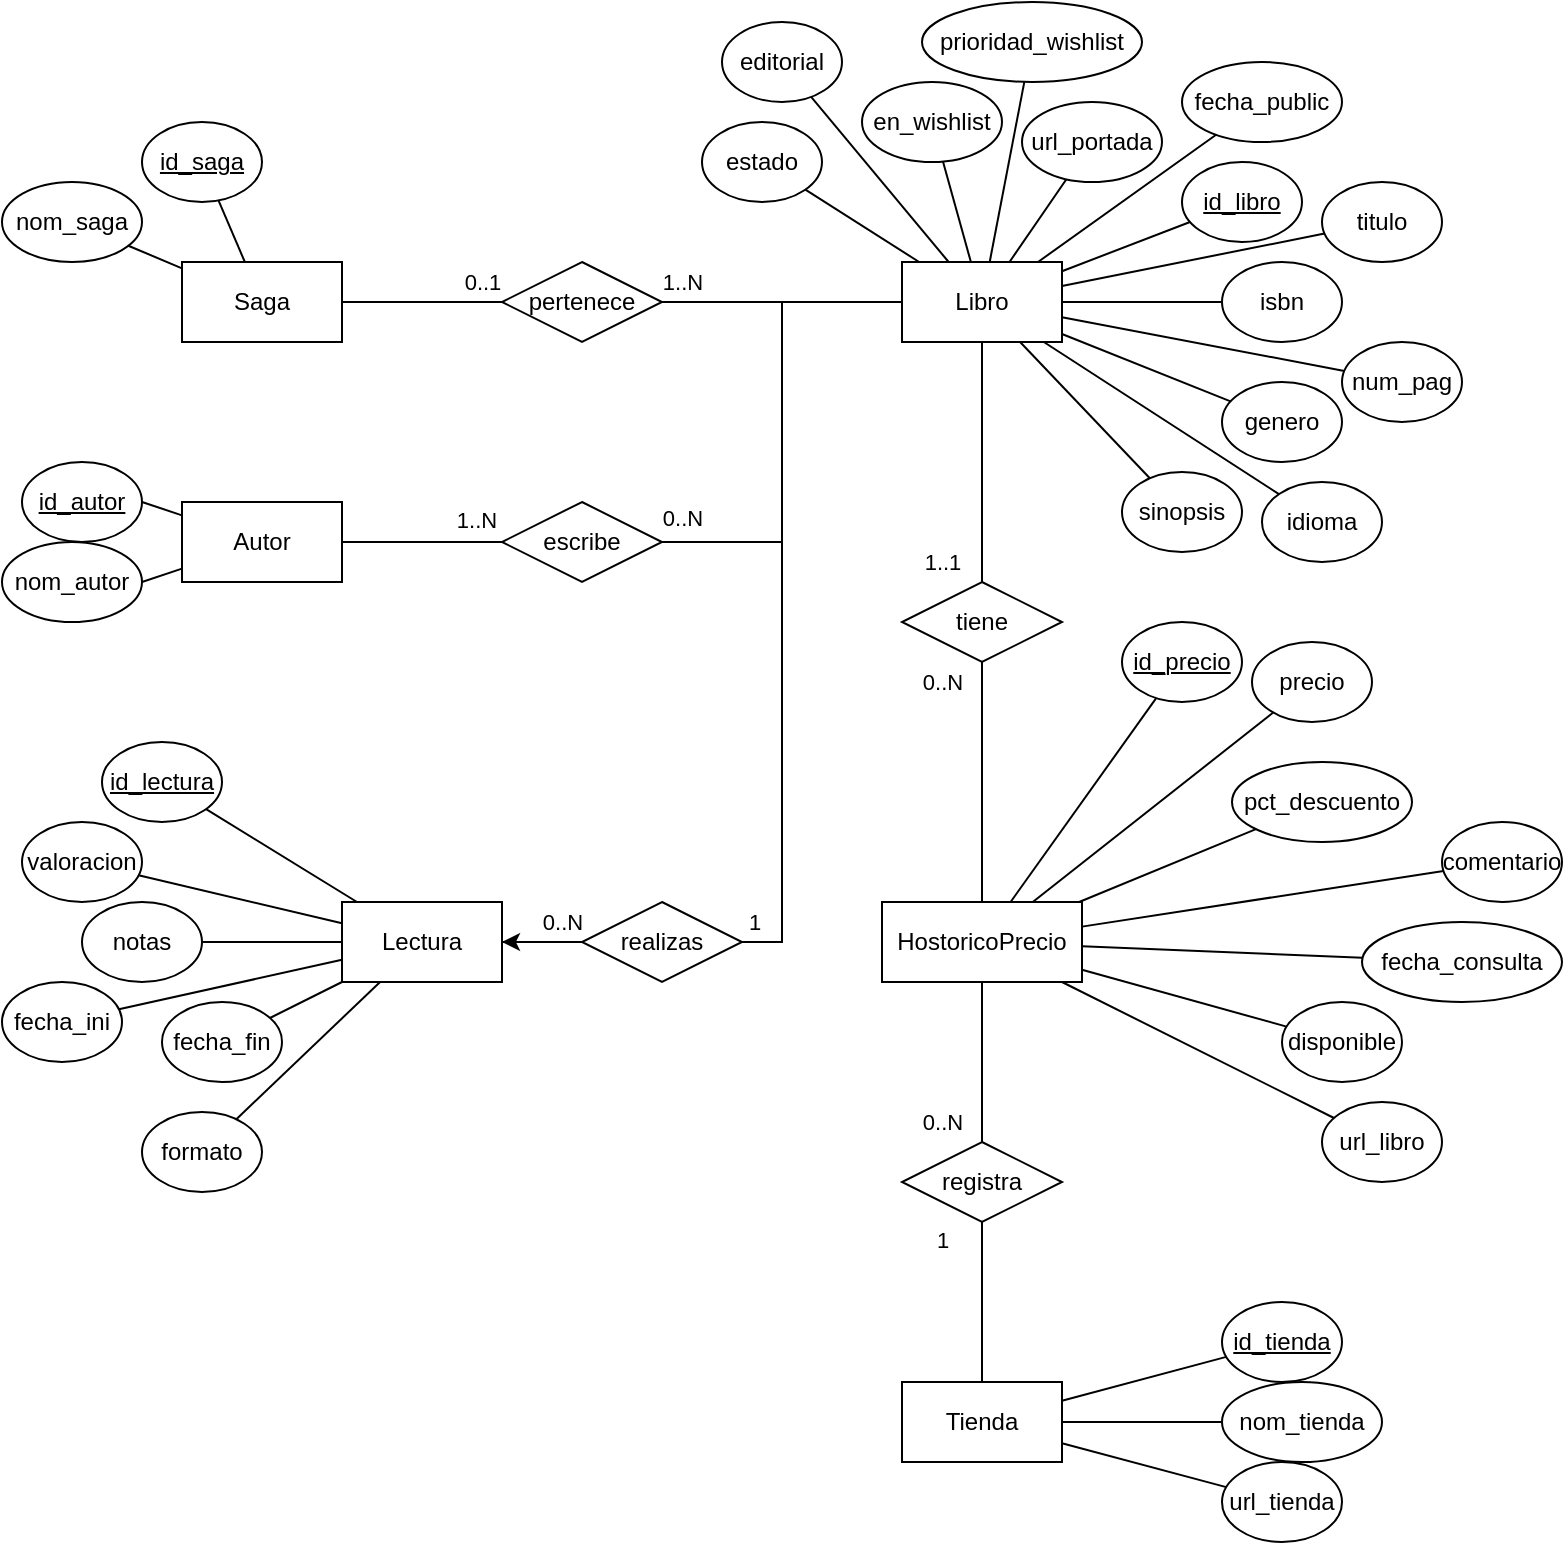
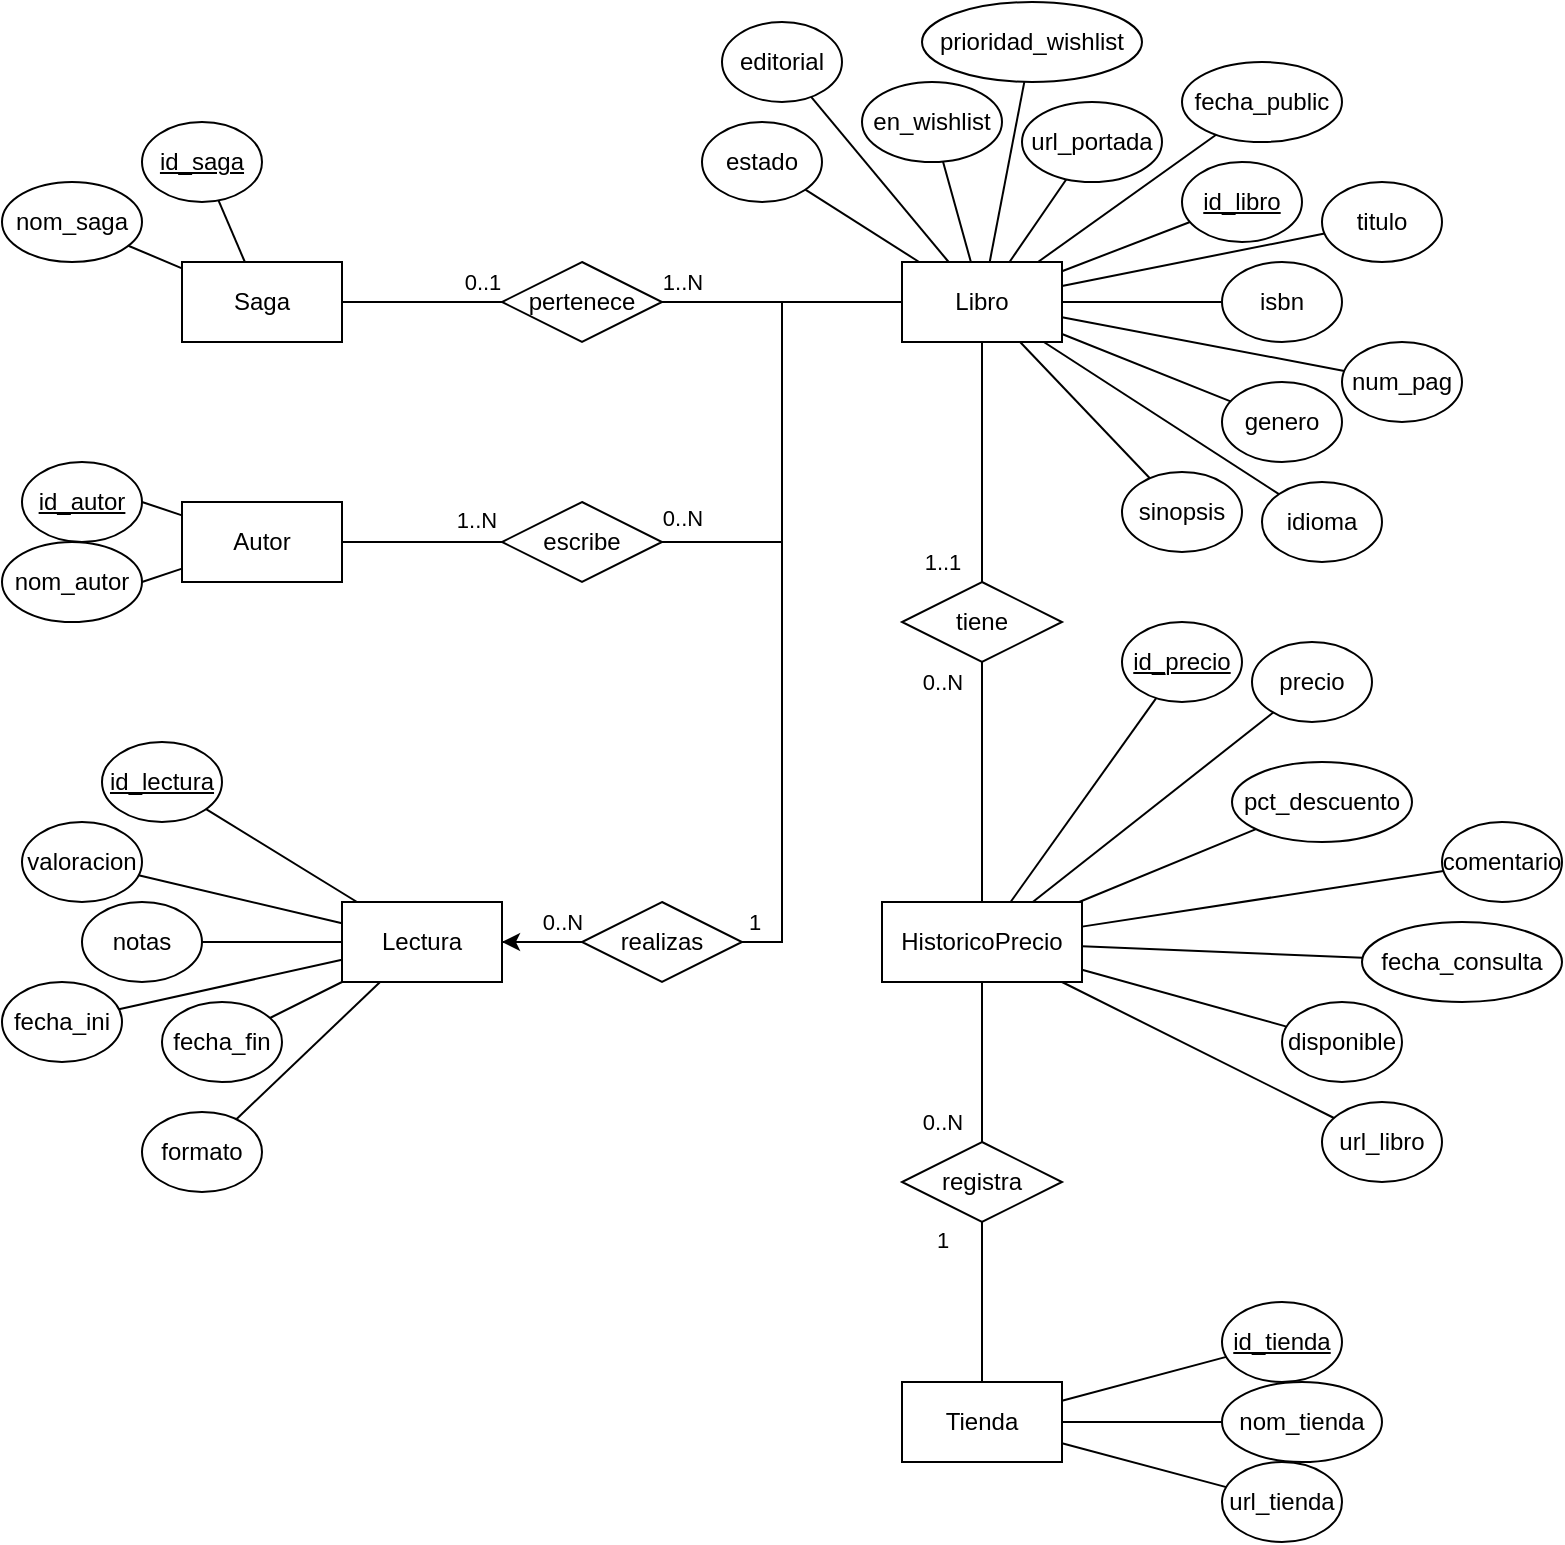
<mxfile host="app.diagrams.net">
  <diagram name="Page-1" id="43clveSkA00BWzA2pZKT">
    <mxGraphModel dx="813" dy="1617" grid="1" gridSize="10" guides="1" tooltips="1" connect="1" arrows="1" fold="1" page="1" pageScale="1" pageWidth="827" pageHeight="1169" math="0" shadow="0">
      <root>
        <mxCell id="0" />
        <mxCell id="1" parent="0" />
        <mxCell id="LIHbsuWyisdT2iaSAF74-56" edge="1" parent="1" source="LIHbsuWyisdT2iaSAF74-1" style="rounded=0;orthogonalLoop=1;jettySize=auto;html=1;endArrow=none;endFill=0;" target="LIHbsuWyisdT2iaSAF74-40">
          <mxGeometry relative="1" as="geometry" />
        </mxCell>
        <mxCell id="LIHbsuWyisdT2iaSAF74-57" edge="1" parent="1" source="LIHbsuWyisdT2iaSAF74-1" style="rounded=0;orthogonalLoop=1;jettySize=auto;html=1;endArrow=none;endFill=0;" target="LIHbsuWyisdT2iaSAF74-21">
          <mxGeometry relative="1" as="geometry" />
        </mxCell>
        <mxCell id="LIHbsuWyisdT2iaSAF74-58" edge="1" parent="1" source="LIHbsuWyisdT2iaSAF74-1" style="rounded=0;orthogonalLoop=1;jettySize=auto;html=1;endArrow=none;endFill=0;" target="LIHbsuWyisdT2iaSAF74-10">
          <mxGeometry relative="1" as="geometry" />
        </mxCell>
        <mxCell id="LIHbsuWyisdT2iaSAF74-59" edge="1" parent="1" source="LIHbsuWyisdT2iaSAF74-1" style="rounded=0;orthogonalLoop=1;jettySize=auto;html=1;endArrow=none;endFill=0;" target="LIHbsuWyisdT2iaSAF74-36">
          <mxGeometry relative="1" as="geometry" />
        </mxCell>
        <mxCell id="LIHbsuWyisdT2iaSAF74-60" edge="1" parent="1" source="LIHbsuWyisdT2iaSAF74-1" style="rounded=0;orthogonalLoop=1;jettySize=auto;html=1;endArrow=none;endFill=0;" target="LIHbsuWyisdT2iaSAF74-3">
          <mxGeometry relative="1" as="geometry" />
        </mxCell>
        <mxCell id="LIHbsuWyisdT2iaSAF74-61" edge="1" parent="1" source="LIHbsuWyisdT2iaSAF74-1" style="rounded=0;orthogonalLoop=1;jettySize=auto;html=1;endArrow=none;endFill=0;" target="LIHbsuWyisdT2iaSAF74-23">
          <mxGeometry relative="1" as="geometry" />
        </mxCell>
        <mxCell id="LIHbsuWyisdT2iaSAF74-62" edge="1" parent="1" source="LIHbsuWyisdT2iaSAF74-1" style="rounded=0;orthogonalLoop=1;jettySize=auto;html=1;endArrow=none;endFill=0;" target="LIHbsuWyisdT2iaSAF74-17">
          <mxGeometry relative="1" as="geometry" />
        </mxCell>
        <mxCell id="LIHbsuWyisdT2iaSAF74-63" edge="1" parent="1" source="LIHbsuWyisdT2iaSAF74-1" style="rounded=0;orthogonalLoop=1;jettySize=auto;html=1;endArrow=none;endFill=0;" target="LIHbsuWyisdT2iaSAF74-38">
          <mxGeometry relative="1" as="geometry" />
        </mxCell>
        <mxCell id="LIHbsuWyisdT2iaSAF74-64" edge="1" parent="1" source="LIHbsuWyisdT2iaSAF74-1" style="rounded=0;orthogonalLoop=1;jettySize=auto;html=1;endArrow=none;endFill=0;" target="LIHbsuWyisdT2iaSAF74-39">
          <mxGeometry relative="1" as="geometry" />
        </mxCell>
        <mxCell id="LIHbsuWyisdT2iaSAF74-65" edge="1" parent="1" source="LIHbsuWyisdT2iaSAF74-1" style="rounded=0;orthogonalLoop=1;jettySize=auto;html=1;endArrow=none;endFill=0;" target="LIHbsuWyisdT2iaSAF74-48">
          <mxGeometry relative="1" as="geometry" />
        </mxCell>
        <mxCell id="LIHbsuWyisdT2iaSAF74-66" edge="1" parent="1" source="LIHbsuWyisdT2iaSAF74-1" style="rounded=0;orthogonalLoop=1;jettySize=auto;html=1;endArrow=none;endFill=0;" target="LIHbsuWyisdT2iaSAF74-47">
          <mxGeometry relative="1" as="geometry" />
        </mxCell>
        <mxCell id="LIHbsuWyisdT2iaSAF74-67" edge="1" parent="1" source="LIHbsuWyisdT2iaSAF74-1" style="rounded=0;orthogonalLoop=1;jettySize=auto;html=1;endArrow=none;endFill=0;" target="LIHbsuWyisdT2iaSAF74-37">
          <mxGeometry relative="1" as="geometry" />
        </mxCell>
        <mxCell id="LIHbsuWyisdT2iaSAF74-68" edge="1" parent="1" source="LIHbsuWyisdT2iaSAF74-1" style="rounded=0;orthogonalLoop=1;jettySize=auto;html=1;endArrow=none;endFill=0;" target="LIHbsuWyisdT2iaSAF74-41">
          <mxGeometry relative="1" as="geometry" />
        </mxCell>
        <mxCell id="LIHbsuWyisdT2iaSAF74-1" parent="1" style="rounded=0;whiteSpace=wrap;html=1;" value="Libro" vertex="1">
          <mxGeometry height="40" width="80" x="480" y="160" as="geometry" />
        </mxCell>
        <mxCell id="LIHbsuWyisdT2iaSAF74-49" edge="1" parent="1" source="LIHbsuWyisdT2iaSAF74-2" style="rounded=0;orthogonalLoop=1;jettySize=auto;html=1;endArrow=none;endFill=0;" target="LIHbsuWyisdT2iaSAF74-16">
          <mxGeometry relative="1" as="geometry">
            <mxPoint x="80" y="120" as="targetPoint" />
          </mxGeometry>
        </mxCell>
        <mxCell id="LIHbsuWyisdT2iaSAF74-50" edge="1" parent="1" source="LIHbsuWyisdT2iaSAF74-2" style="rounded=0;orthogonalLoop=1;jettySize=auto;html=1;endArrow=none;endFill=0;" target="LIHbsuWyisdT2iaSAF74-8">
          <mxGeometry relative="1" as="geometry">
            <mxPoint x="80" y="160" as="targetPoint" />
          </mxGeometry>
        </mxCell>
        <mxCell id="LIHbsuWyisdT2iaSAF74-2" parent="1" style="rounded=0;whiteSpace=wrap;html=1;" value="Saga" vertex="1">
          <mxGeometry height="40" width="80" x="120" y="160" as="geometry" />
        </mxCell>
        <mxCell id="LIHbsuWyisdT2iaSAF74-3" parent="1" style="ellipse;whiteSpace=wrap;html=1;" value="isbn" vertex="1">
          <mxGeometry height="40" width="60" x="640" y="160" as="geometry" />
        </mxCell>
        <mxCell id="LIHbsuWyisdT2iaSAF74-8" parent="1" style="ellipse;whiteSpace=wrap;html=1;" value="nom_saga" vertex="1">
          <mxGeometry height="40" width="70" x="30" y="120" as="geometry" />
        </mxCell>
        <mxCell id="LIHbsuWyisdT2iaSAF74-10" parent="1" style="ellipse;whiteSpace=wrap;html=1;" value="genero" vertex="1">
          <mxGeometry height="40" width="60" x="640" y="220" as="geometry" />
        </mxCell>
        <mxCell id="LIHbsuWyisdT2iaSAF74-76" edge="1" parent="1" source="LIHbsuWyisdT2iaSAF74-11" style="rounded=0;orthogonalLoop=1;jettySize=auto;html=1;endArrow=none;endFill=0;" target="LIHbsuWyisdT2iaSAF74-26">
          <mxGeometry relative="1" as="geometry" />
        </mxCell>
        <mxCell id="LIHbsuWyisdT2iaSAF74-77" edge="1" parent="1" source="LIHbsuWyisdT2iaSAF74-11" style="rounded=0;orthogonalLoop=1;jettySize=auto;html=1;endArrow=none;endFill=0;" target="LIHbsuWyisdT2iaSAF74-27">
          <mxGeometry relative="1" as="geometry" />
        </mxCell>
        <mxCell id="LIHbsuWyisdT2iaSAF74-78" edge="1" parent="1" source="LIHbsuWyisdT2iaSAF74-11" style="rounded=0;orthogonalLoop=1;jettySize=auto;html=1;endArrow=none;endFill=0;" target="LIHbsuWyisdT2iaSAF74-28">
          <mxGeometry relative="1" as="geometry">
            <mxPoint x="470" y="480" as="targetPoint" />
          </mxGeometry>
        </mxCell>
        <mxCell id="LIHbsuWyisdT2iaSAF74-79" edge="1" parent="1" source="LIHbsuWyisdT2iaSAF74-11" style="rounded=0;orthogonalLoop=1;jettySize=auto;html=1;endArrow=none;endFill=0;" target="LIHbsuWyisdT2iaSAF74-29">
          <mxGeometry relative="1" as="geometry" />
        </mxCell>
        <mxCell id="LIHbsuWyisdT2iaSAF74-80" edge="1" parent="1" source="LIHbsuWyisdT2iaSAF74-11" style="rounded=0;orthogonalLoop=1;jettySize=auto;html=1;endArrow=none;endFill=0;" target="LIHbsuWyisdT2iaSAF74-30">
          <mxGeometry relative="1" as="geometry" />
        </mxCell>
        <mxCell id="LIHbsuWyisdT2iaSAF74-81" edge="1" parent="1" source="LIHbsuWyisdT2iaSAF74-11" style="rounded=0;orthogonalLoop=1;jettySize=auto;html=1;endArrow=none;endFill=0;" target="LIHbsuWyisdT2iaSAF74-42">
          <mxGeometry relative="1" as="geometry" />
        </mxCell>
        <mxCell id="LIHbsuWyisdT2iaSAF74-11" parent="1" style="rounded=0;whiteSpace=wrap;html=1;" value="Lectura" vertex="1">
          <mxGeometry height="40" width="80" x="200" y="480" as="geometry" />
        </mxCell>
        <mxCell id="LIHbsuWyisdT2iaSAF74-51" edge="1" parent="1" source="LIHbsuWyisdT2iaSAF74-12" style="rounded=0;orthogonalLoop=1;jettySize=auto;html=1;entryX=1;entryY=0.5;entryDx=0;entryDy=0;endArrow=none;endFill=0;" target="LIHbsuWyisdT2iaSAF74-18">
          <mxGeometry relative="1" as="geometry" />
        </mxCell>
        <mxCell id="LIHbsuWyisdT2iaSAF74-52" edge="1" parent="1" source="LIHbsuWyisdT2iaSAF74-12" style="rounded=0;orthogonalLoop=1;jettySize=auto;html=1;entryX=1;entryY=0.5;entryDx=0;entryDy=0;endArrow=none;endFill=0;" target="LIHbsuWyisdT2iaSAF74-19">
          <mxGeometry relative="1" as="geometry" />
        </mxCell>
        <mxCell id="LIHbsuWyisdT2iaSAF74-12" parent="1" style="rounded=0;whiteSpace=wrap;html=1;" value="Autor" vertex="1">
          <mxGeometry height="40" width="80" x="120" y="280" as="geometry" />
        </mxCell>
        <mxCell id="LIHbsuWyisdT2iaSAF74-69" edge="1" parent="1" source="LIHbsuWyisdT2iaSAF74-13" style="rounded=0;orthogonalLoop=1;jettySize=auto;html=1;endArrow=none;endFill=0;" target="LIHbsuWyisdT2iaSAF74-31">
          <mxGeometry relative="1" as="geometry" />
        </mxCell>
        <mxCell id="LIHbsuWyisdT2iaSAF74-70" edge="1" parent="1" source="LIHbsuWyisdT2iaSAF74-13" style="rounded=0;orthogonalLoop=1;jettySize=auto;html=1;endArrow=none;endFill=0;" target="LIHbsuWyisdT2iaSAF74-32">
          <mxGeometry relative="1" as="geometry" />
        </mxCell>
        <mxCell id="LIHbsuWyisdT2iaSAF74-71" edge="1" parent="1" source="LIHbsuWyisdT2iaSAF74-13" style="rounded=0;orthogonalLoop=1;jettySize=auto;html=1;endArrow=none;endFill=0;" target="LIHbsuWyisdT2iaSAF74-34">
          <mxGeometry relative="1" as="geometry" />
        </mxCell>
        <mxCell id="LIHbsuWyisdT2iaSAF74-72" edge="1" parent="1" source="LIHbsuWyisdT2iaSAF74-13" style="rounded=0;orthogonalLoop=1;jettySize=auto;html=1;endArrow=none;endFill=0;" target="LIHbsuWyisdT2iaSAF74-35">
          <mxGeometry relative="1" as="geometry" />
        </mxCell>
        <mxCell id="LIHbsuWyisdT2iaSAF74-73" edge="1" parent="1" source="LIHbsuWyisdT2iaSAF74-13" style="rounded=0;orthogonalLoop=1;jettySize=auto;html=1;endArrow=none;endFill=0;" target="LIHbsuWyisdT2iaSAF74-44">
          <mxGeometry relative="1" as="geometry" />
        </mxCell>
        <mxCell id="LIHbsuWyisdT2iaSAF74-74" edge="1" parent="1" source="LIHbsuWyisdT2iaSAF74-13" style="rounded=0;orthogonalLoop=1;jettySize=auto;html=1;endArrow=none;endFill=0;" target="LIHbsuWyisdT2iaSAF74-45">
          <mxGeometry relative="1" as="geometry" />
        </mxCell>
        <mxCell id="LIHbsuWyisdT2iaSAF74-75" edge="1" parent="1" source="LIHbsuWyisdT2iaSAF74-13" style="rounded=0;orthogonalLoop=1;jettySize=auto;html=1;endArrow=none;endFill=0;" target="LIHbsuWyisdT2iaSAF74-46">
          <mxGeometry relative="1" as="geometry" />
        </mxCell>
-         <mxCell id="LIHbsuWyisdT2iaSAF74-13" parent="1" style="rounded=0;whiteSpace=wrap;html=1;" value="HostoricoPrecio" vertex="1">
+         <mxCell id="LIHbsuWyisdT2iaSAF74-13" parent="1" style="rounded=0;whiteSpace=wrap;html=1;" value="HistoricoPrecio" vertex="1">
          <mxGeometry height="40" width="100" x="470" y="480" as="geometry" />
        </mxCell>
        <mxCell id="LIHbsuWyisdT2iaSAF74-53" edge="1" parent="1" source="LIHbsuWyisdT2iaSAF74-14" style="rounded=0;orthogonalLoop=1;jettySize=auto;html=1;endArrow=none;endFill=0;" target="LIHbsuWyisdT2iaSAF74-24">
          <mxGeometry relative="1" as="geometry" />
        </mxCell>
        <mxCell id="LIHbsuWyisdT2iaSAF74-54" edge="1" parent="1" source="LIHbsuWyisdT2iaSAF74-14" style="rounded=0;orthogonalLoop=1;jettySize=auto;html=1;endArrow=none;endFill=0;" target="LIHbsuWyisdT2iaSAF74-25">
          <mxGeometry relative="1" as="geometry" />
        </mxCell>
        <mxCell id="LIHbsuWyisdT2iaSAF74-55" edge="1" parent="1" source="LIHbsuWyisdT2iaSAF74-14" style="rounded=0;orthogonalLoop=1;jettySize=auto;html=1;endArrow=none;endFill=0;" target="LIHbsuWyisdT2iaSAF74-43">
          <mxGeometry relative="1" as="geometry" />
        </mxCell>
        <mxCell id="LIHbsuWyisdT2iaSAF74-14" parent="1" style="rounded=0;whiteSpace=wrap;html=1;" value="Tienda" vertex="1">
          <mxGeometry height="40" width="80" x="480" y="720" as="geometry" />
        </mxCell>
        <mxCell id="LIHbsuWyisdT2iaSAF74-16" parent="1" style="ellipse;whiteSpace=wrap;html=1;" value="&lt;u&gt;id_saga&lt;/u&gt;" vertex="1">
          <mxGeometry height="40" width="60" x="100" y="90" as="geometry" />
        </mxCell>
        <mxCell id="LIHbsuWyisdT2iaSAF74-17" parent="1" style="ellipse;whiteSpace=wrap;html=1;" value="&lt;u&gt;id_libro&lt;span style=&quot;color: rgba(0, 0, 0, 0); font-family: monospace; font-size: 0px; text-align: start; white-space: nowrap;&quot;&gt;%3CmxGraphModel%3E%3Croot%3E%3CmxCell%20id%3D%220%22%2F%3E%3CmxCell%20id%3D%221%22%20parent%3D%220%22%2F%3E%3CmxCell%20id%3D%222%22%20parent%3D%221%22%20style%3D%22ellipse%3BwhiteSpace%3Dwrap%3Bhtml%3D1%3B%22%20value%3D%22nombre%22%20vertex%3D%221%22%3E%3CmxGeometry%20height%3D%2240%22%20width%3D%2260%22%20x%3D%2240%22%20y%3D%2280%22%20as%3D%22geometry%22%2F%3E%3C%2FmxCell%3E%3C%2Froot%3E%3C%2FmxGraphModel%3E&lt;/span&gt;&lt;/u&gt;" vertex="1">
          <mxGeometry height="40" width="60" x="620" y="110" as="geometry" />
        </mxCell>
        <mxCell id="LIHbsuWyisdT2iaSAF74-18" parent="1" style="ellipse;whiteSpace=wrap;html=1;" value="&lt;u&gt;id_autor&lt;/u&gt;" vertex="1">
          <mxGeometry height="40" width="60" x="40" y="260" as="geometry" />
        </mxCell>
        <mxCell id="LIHbsuWyisdT2iaSAF74-19" parent="1" style="ellipse;whiteSpace=wrap;html=1;" value="nom_autor" vertex="1">
          <mxGeometry height="40" width="70" x="30" y="300" as="geometry" />
        </mxCell>
        <mxCell id="LIHbsuWyisdT2iaSAF74-21" parent="1" style="ellipse;whiteSpace=wrap;html=1;" value="idioma" vertex="1">
          <mxGeometry height="40" width="60" x="660" y="270" as="geometry" />
        </mxCell>
        <mxCell id="LIHbsuWyisdT2iaSAF74-23" parent="1" style="ellipse;whiteSpace=wrap;html=1;" value="titulo" vertex="1">
          <mxGeometry height="40" width="60" x="690" y="120" as="geometry" />
        </mxCell>
        <mxCell id="LIHbsuWyisdT2iaSAF74-24" parent="1" style="ellipse;whiteSpace=wrap;html=1;" value="&lt;u&gt;id_tienda&lt;/u&gt;" vertex="1">
          <mxGeometry height="40" width="60" x="640" y="680" as="geometry" />
        </mxCell>
        <mxCell id="LIHbsuWyisdT2iaSAF74-25" parent="1" style="ellipse;whiteSpace=wrap;html=1;" value="nom_tienda" vertex="1">
          <mxGeometry height="40" width="80" x="640" y="720" as="geometry" />
        </mxCell>
        <mxCell id="LIHbsuWyisdT2iaSAF74-26" parent="1" style="ellipse;whiteSpace=wrap;html=1;" value="&lt;u&gt;id_lectura&lt;/u&gt;" vertex="1">
          <mxGeometry height="40" width="60" x="80" y="400" as="geometry" />
        </mxCell>
        <mxCell id="LIHbsuWyisdT2iaSAF74-27" parent="1" style="ellipse;whiteSpace=wrap;html=1;" value="valoracion" vertex="1">
          <mxGeometry height="40" width="60" x="40" y="440" as="geometry" />
        </mxCell>
        <mxCell id="LIHbsuWyisdT2iaSAF74-28" parent="1" style="ellipse;whiteSpace=wrap;html=1;" value="notas" vertex="1">
          <mxGeometry height="40" width="60" x="70" y="480" as="geometry" />
        </mxCell>
        <mxCell id="LIHbsuWyisdT2iaSAF74-29" parent="1" style="ellipse;whiteSpace=wrap;html=1;" value="fecha_ini" vertex="1">
          <mxGeometry height="40" width="60" x="30" y="520" as="geometry" />
        </mxCell>
        <mxCell id="LIHbsuWyisdT2iaSAF74-30" parent="1" style="ellipse;whiteSpace=wrap;html=1;" value="fecha_fin" vertex="1">
          <mxGeometry height="40" width="60" x="110" y="530" as="geometry" />
        </mxCell>
        <mxCell id="LIHbsuWyisdT2iaSAF74-31" parent="1" style="ellipse;whiteSpace=wrap;html=1;" value="&lt;u&gt;id_precio&lt;/u&gt;" vertex="1">
          <mxGeometry height="40" width="60" x="590" y="340" as="geometry" />
        </mxCell>
        <mxCell id="LIHbsuWyisdT2iaSAF74-32" parent="1" style="ellipse;whiteSpace=wrap;html=1;" value="precio" vertex="1">
          <mxGeometry height="40" width="60" x="655" y="350" as="geometry" />
        </mxCell>
        <mxCell id="LIHbsuWyisdT2iaSAF74-34" parent="1" style="ellipse;whiteSpace=wrap;html=1;" value="pct_descuento" vertex="1">
          <mxGeometry height="40" width="90" x="645" y="410" as="geometry" />
        </mxCell>
        <mxCell id="LIHbsuWyisdT2iaSAF74-35" parent="1" style="ellipse;whiteSpace=wrap;html=1;" value="comentario" vertex="1">
          <mxGeometry height="40" width="60" x="750" y="440" as="geometry" />
        </mxCell>
        <mxCell id="LIHbsuWyisdT2iaSAF74-36" parent="1" style="ellipse;whiteSpace=wrap;html=1;" value="num_pag" vertex="1">
          <mxGeometry height="40" width="60" x="700" y="200" as="geometry" />
        </mxCell>
        <mxCell id="LIHbsuWyisdT2iaSAF74-37" parent="1" style="ellipse;whiteSpace=wrap;html=1;" value="editorial" vertex="1">
          <mxGeometry height="40" width="60" x="390" y="40" as="geometry" />
        </mxCell>
        <mxCell id="LIHbsuWyisdT2iaSAF74-38" parent="1" style="ellipse;whiteSpace=wrap;html=1;" value="fecha_public" vertex="1">
          <mxGeometry height="40" width="80" x="620" y="60" as="geometry" />
        </mxCell>
        <mxCell id="LIHbsuWyisdT2iaSAF74-39" parent="1" style="ellipse;whiteSpace=wrap;html=1;" value="url_&lt;span style=&quot;background-color: transparent; color: light-dark(rgb(0, 0, 0), rgb(255, 255, 255));&quot;&gt;portada&lt;/span&gt;" vertex="1">
          <mxGeometry height="40" width="70" x="540" y="80" as="geometry" />
        </mxCell>
        <mxCell id="LIHbsuWyisdT2iaSAF74-40" parent="1" style="ellipse;whiteSpace=wrap;html=1;" value="sinopsis" vertex="1">
          <mxGeometry height="40" width="60" x="590" y="265" as="geometry" />
        </mxCell>
        <mxCell id="LIHbsuWyisdT2iaSAF74-41" parent="1" style="ellipse;whiteSpace=wrap;html=1;" value="estado" vertex="1">
          <mxGeometry height="40" width="60" x="380" y="90" as="geometry" />
        </mxCell>
        <mxCell id="LIHbsuWyisdT2iaSAF74-42" parent="1" style="ellipse;whiteSpace=wrap;html=1;" value="formato" vertex="1">
          <mxGeometry height="40" width="60" x="100" y="585" as="geometry" />
        </mxCell>
        <mxCell id="LIHbsuWyisdT2iaSAF74-43" parent="1" style="ellipse;whiteSpace=wrap;html=1;" value="url_tienda" vertex="1">
          <mxGeometry height="40" width="60" x="640" y="760" as="geometry" />
        </mxCell>
        <mxCell id="LIHbsuWyisdT2iaSAF74-44" parent="1" style="ellipse;whiteSpace=wrap;html=1;" value="fecha_consulta" vertex="1">
          <mxGeometry height="40" width="100" x="710" y="490" as="geometry" />
        </mxCell>
        <mxCell id="LIHbsuWyisdT2iaSAF74-45" parent="1" style="ellipse;whiteSpace=wrap;html=1;" value="disponible" vertex="1">
          <mxGeometry height="40" width="60" x="670" y="530" as="geometry" />
        </mxCell>
        <mxCell id="LIHbsuWyisdT2iaSAF74-46" parent="1" style="ellipse;whiteSpace=wrap;html=1;" value="url_libro" vertex="1">
          <mxGeometry height="40" width="60" x="690" y="580" as="geometry" />
        </mxCell>
        <mxCell id="LIHbsuWyisdT2iaSAF74-47" parent="1" style="ellipse;whiteSpace=wrap;html=1;" value="en_wishlist" vertex="1">
          <mxGeometry height="40" width="70" x="460" y="70" as="geometry" />
        </mxCell>
        <mxCell id="LIHbsuWyisdT2iaSAF74-48" parent="1" style="ellipse;whiteSpace=wrap;html=1;" value="prioridad_wishlist" vertex="1">
          <mxGeometry height="40" width="110" x="490" y="30" as="geometry" />
        </mxCell>
        <mxCell id="LIHbsuWyisdT2iaSAF74-83" edge="1" parent="1" source="LIHbsuWyisdT2iaSAF74-82" style="rounded=0;orthogonalLoop=1;jettySize=auto;html=1;endArrow=none;endFill=0;edgeStyle=orthogonalEdgeStyle;" target="LIHbsuWyisdT2iaSAF74-2">
          <mxGeometry relative="1" as="geometry">
            <mxPoint x="270" y="180" as="sourcePoint" />
          </mxGeometry>
        </mxCell>
        <mxCell id="LIHbsuWyisdT2iaSAF74-99" connectable="0" parent="LIHbsuWyisdT2iaSAF74-83" style="edgeLabel;html=1;align=center;verticalAlign=middle;resizable=0;points=[];" value="0..1" vertex="1">
          <mxGeometry relative="1" x="-0.475" as="geometry">
            <mxPoint x="11" y="-10" as="offset" />
          </mxGeometry>
        </mxCell>
        <mxCell id="LIHbsuWyisdT2iaSAF74-84" edge="1" parent="1" source="LIHbsuWyisdT2iaSAF74-82" style="rounded=0;orthogonalLoop=1;jettySize=auto;html=1;endArrow=none;endFill=0;edgeStyle=orthogonalEdgeStyle;" target="LIHbsuWyisdT2iaSAF74-1">
          <mxGeometry relative="1" as="geometry" />
        </mxCell>
        <mxCell id="LIHbsuWyisdT2iaSAF74-98" connectable="0" parent="LIHbsuWyisdT2iaSAF74-84" style="edgeLabel;html=1;align=center;verticalAlign=middle;resizable=0;points=[];" value="1..N" vertex="1">
          <mxGeometry relative="1" x="-0.65" y="3" as="geometry">
            <mxPoint x="-11" y="-7" as="offset" />
          </mxGeometry>
        </mxCell>
        <mxCell id="LIHbsuWyisdT2iaSAF74-82" parent="1" style="rhombus;whiteSpace=wrap;html=1;" value="pertenece" vertex="1">
          <mxGeometry height="40" width="80" x="280" y="160" as="geometry" />
        </mxCell>
        <mxCell id="LIHbsuWyisdT2iaSAF74-87" edge="1" parent="1" source="LIHbsuWyisdT2iaSAF74-85" style="rounded=0;orthogonalLoop=1;jettySize=auto;html=1;endArrow=none;endFill=0;edgeStyle=orthogonalEdgeStyle;" target="LIHbsuWyisdT2iaSAF74-1">
          <mxGeometry relative="1" as="geometry">
            <Array as="points">
              <mxPoint x="420" y="300" />
              <mxPoint x="420" y="180" />
            </Array>
          </mxGeometry>
        </mxCell>
        <mxCell id="LIHbsuWyisdT2iaSAF74-101" connectable="0" parent="LIHbsuWyisdT2iaSAF74-87" style="edgeLabel;html=1;align=center;verticalAlign=middle;resizable=0;points=[];" value="0..N" vertex="1">
          <mxGeometry relative="1" x="-0.7342" y="2" as="geometry">
            <mxPoint x="-22" y="-10" as="offset" />
          </mxGeometry>
        </mxCell>
        <mxCell id="LIHbsuWyisdT2iaSAF74-88" edge="1" parent="1" source="LIHbsuWyisdT2iaSAF74-85" style="rounded=0;orthogonalLoop=1;jettySize=auto;html=1;endArrow=none;endFill=0;edgeStyle=orthogonalEdgeStyle;" target="LIHbsuWyisdT2iaSAF74-12">
          <mxGeometry relative="1" as="geometry" />
        </mxCell>
        <mxCell id="LIHbsuWyisdT2iaSAF74-100" connectable="0" parent="LIHbsuWyisdT2iaSAF74-88" style="edgeLabel;html=1;align=center;verticalAlign=middle;resizable=0;points=[];" value="1..N" vertex="1">
          <mxGeometry relative="1" x="-0.675" y="-2" as="geometry">
            <mxPoint y="-9" as="offset" />
          </mxGeometry>
        </mxCell>
        <mxCell id="LIHbsuWyisdT2iaSAF74-85" parent="1" style="rhombus;whiteSpace=wrap;html=1;" value="escribe" vertex="1">
          <mxGeometry height="40" width="80" x="280" y="280" as="geometry" />
        </mxCell>
        <mxCell id="LIHbsuWyisdT2iaSAF74-90" edge="1" parent="1" source="LIHbsuWyisdT2iaSAF74-89" style="edgeStyle=orthogonalEdgeStyle;rounded=0;orthogonalLoop=1;jettySize=auto;html=1;endArrow=none;endFill=0;" target="LIHbsuWyisdT2iaSAF74-11">
          <mxGeometry relative="1" as="geometry" />
        </mxCell>
        <mxCell id="LIHbsuWyisdT2iaSAF74-102" connectable="0" parent="LIHbsuWyisdT2iaSAF74-90" style="edgeLabel;html=1;align=center;verticalAlign=middle;resizable=0;points=[];" value="0..N" vertex="1">
          <mxGeometry relative="1" x="-0.3534" y="1" as="geometry">
            <mxPoint x="3" y="-11" as="offset" />
          </mxGeometry>
        </mxCell>
        <mxCell id="LIHbsuWyisdT2iaSAF74-91" edge="1" parent="1" source="LIHbsuWyisdT2iaSAF74-89" style="edgeStyle=orthogonalEdgeStyle;rounded=0;orthogonalLoop=1;jettySize=auto;html=1;endArrow=none;endFill=0;" target="LIHbsuWyisdT2iaSAF74-1">
          <mxGeometry relative="1" as="geometry">
            <Array as="points">
              <mxPoint x="420" y="500" />
              <mxPoint x="420" y="180" />
            </Array>
          </mxGeometry>
        </mxCell>
        <mxCell id="LIHbsuWyisdT2iaSAF74-103" connectable="0" parent="LIHbsuWyisdT2iaSAF74-91" style="edgeLabel;html=1;align=center;verticalAlign=middle;resizable=0;points=[];" value="1" vertex="1">
          <mxGeometry relative="1" x="-0.9336" y="1" as="geometry">
            <mxPoint x="-8" y="-9" as="offset" />
          </mxGeometry>
        </mxCell>
        <mxCell id="Hhn2C3f1zZ_AtcUhHDvd-1" edge="1" parent="1" source="LIHbsuWyisdT2iaSAF74-89" style="edgeStyle=orthogonalEdgeStyle;rounded=0;orthogonalLoop=1;jettySize=auto;html=1;" target="LIHbsuWyisdT2iaSAF74-11" value="">
          <mxGeometry relative="1" as="geometry" />
        </mxCell>
        <mxCell id="LIHbsuWyisdT2iaSAF74-89" parent="1" style="rhombus;whiteSpace=wrap;html=1;" value="realizas" vertex="1">
          <mxGeometry height="40" width="80" x="320" y="480" as="geometry" />
        </mxCell>
        <mxCell id="LIHbsuWyisdT2iaSAF74-93" edge="1" parent="1" source="LIHbsuWyisdT2iaSAF74-92" style="rounded=0;orthogonalLoop=1;jettySize=auto;html=1;endArrow=none;endFill=0;edgeStyle=orthogonalEdgeStyle;" target="LIHbsuWyisdT2iaSAF74-1">
          <mxGeometry relative="1" as="geometry" />
        </mxCell>
        <mxCell id="LIHbsuWyisdT2iaSAF74-104" connectable="0" parent="LIHbsuWyisdT2iaSAF74-93" style="edgeLabel;html=1;align=center;verticalAlign=middle;resizable=0;points=[];" value="1..1" vertex="1">
          <mxGeometry relative="1" x="-0.8253" as="geometry">
            <mxPoint x="-20" as="offset" />
          </mxGeometry>
        </mxCell>
        <mxCell id="LIHbsuWyisdT2iaSAF74-94" edge="1" parent="1" source="LIHbsuWyisdT2iaSAF74-92" style="edgeStyle=orthogonalEdgeStyle;rounded=0;orthogonalLoop=1;jettySize=auto;html=1;endArrow=none;endFill=0;" target="LIHbsuWyisdT2iaSAF74-13">
          <mxGeometry relative="1" as="geometry" />
        </mxCell>
        <mxCell id="LIHbsuWyisdT2iaSAF74-105" connectable="0" parent="LIHbsuWyisdT2iaSAF74-94" style="edgeLabel;html=1;align=center;verticalAlign=middle;resizable=0;points=[];" value="0..N" vertex="1">
          <mxGeometry relative="1" x="-0.7839" y="-1" as="geometry">
            <mxPoint x="-19" y="-3" as="offset" />
          </mxGeometry>
        </mxCell>
        <mxCell id="LIHbsuWyisdT2iaSAF74-92" parent="1" style="rhombus;whiteSpace=wrap;html=1;" value="tiene" vertex="1">
          <mxGeometry height="40" width="80" x="480" y="320" as="geometry" />
        </mxCell>
        <mxCell id="LIHbsuWyisdT2iaSAF74-96" edge="1" parent="1" source="LIHbsuWyisdT2iaSAF74-95" style="edgeStyle=orthogonalEdgeStyle;rounded=0;orthogonalLoop=1;jettySize=auto;html=1;endArrow=none;endFill=0;" target="LIHbsuWyisdT2iaSAF74-13">
          <mxGeometry relative="1" as="geometry" />
        </mxCell>
        <mxCell id="LIHbsuWyisdT2iaSAF74-107" connectable="0" parent="LIHbsuWyisdT2iaSAF74-96" style="edgeLabel;html=1;align=center;verticalAlign=middle;resizable=0;points=[];" value="0..N" vertex="1">
          <mxGeometry relative="1" x="-0.2897" y="1" as="geometry">
            <mxPoint x="-19" y="18" as="offset" />
          </mxGeometry>
        </mxCell>
        <mxCell id="LIHbsuWyisdT2iaSAF74-97" edge="1" parent="1" source="LIHbsuWyisdT2iaSAF74-95" style="edgeStyle=orthogonalEdgeStyle;rounded=0;orthogonalLoop=1;jettySize=auto;html=1;endArrow=none;endFill=0;" target="LIHbsuWyisdT2iaSAF74-14">
          <mxGeometry relative="1" as="geometry" />
        </mxCell>
        <mxCell id="LIHbsuWyisdT2iaSAF74-106" connectable="0" parent="LIHbsuWyisdT2iaSAF74-97" style="edgeLabel;html=1;align=center;verticalAlign=middle;resizable=0;points=[];" value="1" vertex="1">
          <mxGeometry relative="1" x="-0.7793" y="1" as="geometry">
            <mxPoint x="-21" as="offset" />
          </mxGeometry>
        </mxCell>
        <mxCell id="LIHbsuWyisdT2iaSAF74-95" parent="1" style="rhombus;whiteSpace=wrap;html=1;" value="registra" vertex="1">
          <mxGeometry height="40" width="80" x="480" y="600" as="geometry" />
        </mxCell>
      </root>
    </mxGraphModel>
  </diagram>
</mxfile>
